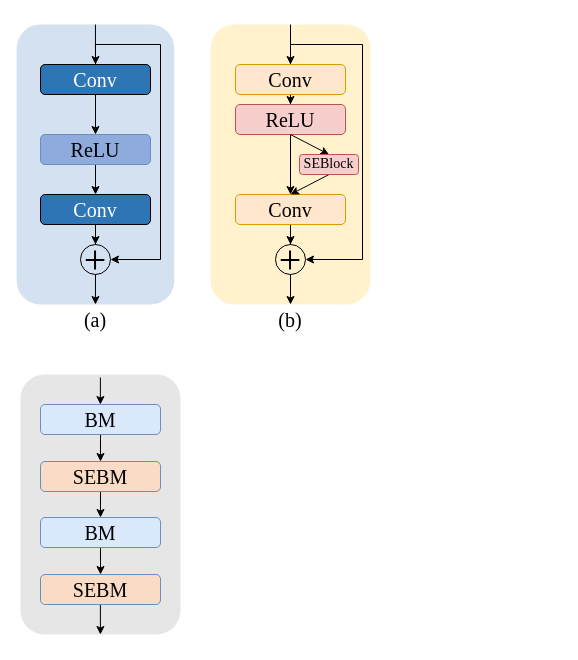
This is 锁.drawio from ZhangHaoyang493/pansharpening_codebook, a draw.io file, before an edit. Source tidied: cells renumbered, new cells numbered last; positions are measured from the earlier drawing's top-left corner, leaving out a move shared by most shapes. Both pictures are drawn from the tidied source at 100%, with x=0, y=0 at pixel (16, 24).
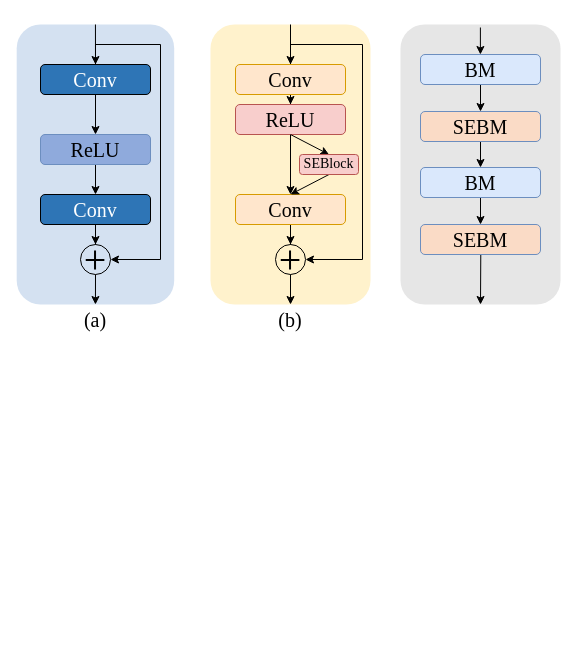
Above is the later version.

Diff of the diagram source:
```diff
@@
     <mxCell id="11" style="rounded=1;whiteSpace=wrap;html=1;fillColor=#E6E6E6;strokeColor=none;" parent="1" vertex="1">
-      <mxGeometry x="4" y="350" width="160" height="260" as="geometry" />
+      <mxGeometry x="384" width="160" height="280" as="geometry" />
     </mxCell>
@@
     <mxCell id="13" value="&lt;font style=&quot;font-size: 20px;&quot; face=&quot;Times New Roman&quot;&gt;BM&lt;/font&gt;" style="rounded=1;whiteSpace=wrap;html=1;fillColor=#dae8fc;strokeColor=#6c8ebf;" parent="1" vertex="1">
-      <mxGeometry x="24" y="380" width="120" height="30" as="geometry" />
+      <mxGeometry x="404" y="30" width="120" height="30" as="geometry" />
     </mxCell>
@@
     <mxCell id="15" value="&lt;font style=&quot;font-size: 20px;&quot; face=&quot;Times New Roman&quot;&gt;BM&lt;/font&gt;" style="rounded=1;whiteSpace=wrap;html=1;fontSize=20;fillColor=#dae8fc;strokeColor=#6c8ebf;" parent="1" vertex="1">
-      <mxGeometry x="24" y="493" width="120" height="30" as="geometry" />
+      <mxGeometry x="404" y="143" width="120" height="30" as="geometry" />
     </mxCell>
@@
     <mxCell id="17" value="&lt;font style=&quot;font-size: 20px;&quot; face=&quot;Times New Roman&quot;&gt;SEBM&lt;/font&gt;" style="rounded=1;whiteSpace=wrap;html=1;fillColor=#fadbc6;strokeColor=#6c8ebf;" parent="1" vertex="1">
-      <mxGeometry x="24" y="437" width="120" height="30" as="geometry" />
+      <mxGeometry x="404" y="87" width="120" height="30" as="geometry" />
     </mxCell>
-    <mxCell id="18" style="edgeStyle=orthogonalEdgeStyle;rounded=0;orthogonalLoop=1;jettySize=auto;html=1;" parent="1" edge="1">
+    <mxCell id="18" style="edgeStyle=orthogonalEdgeStyle;rounded=0;jettySize=auto;html=1;entryX=0.5;entryY=1;entryDx=0;entryDy=0;" parent="1" edge="1" target="11">
       <mxGeometry relative="1" as="geometry">
-        <mxPoint x="83.9" y="580" as="sourcePoint" />
-        <mxPoint x="83.9" y="610" as="targetPoint" />
+        <mxPoint x="463.9" y="230" as="sourcePoint" />
       </mxGeometry>
     </mxCell>
     <mxCell id="19" value="&lt;font style=&quot;font-size: 20px;&quot; face=&quot;Times New Roman&quot;&gt;SEBM&lt;/font&gt;" style="rounded=1;whiteSpace=wrap;html=1;fillColor=#fadbc6;strokeColor=#6c8ebf;" parent="1" vertex="1">
-      <mxGeometry x="24" y="550" width="120" height="30" as="geometry" />
+      <mxGeometry x="404" y="200" width="120" height="30" as="geometry" />
     </mxCell>
     <mxCell id="20" style="edgeStyle=orthogonalEdgeStyle;rounded=0;orthogonalLoop=1;jettySize=auto;html=1;entryX=0.5;entryY=0;entryDx=0;entryDy=0;" parent="1" edge="1">
       <mxGeometry relative="1" as="geometry">
-        <mxPoint x="83.9" y="353" as="sourcePoint" />
-        <mxPoint x="83.9" y="380" as="targetPoint" />
+        <mxPoint x="463.9" y="3" as="sourcePoint" />
+        <mxPoint x="463.9" y="30" as="targetPoint" />
       </mxGeometry>
     </mxCell>
```
